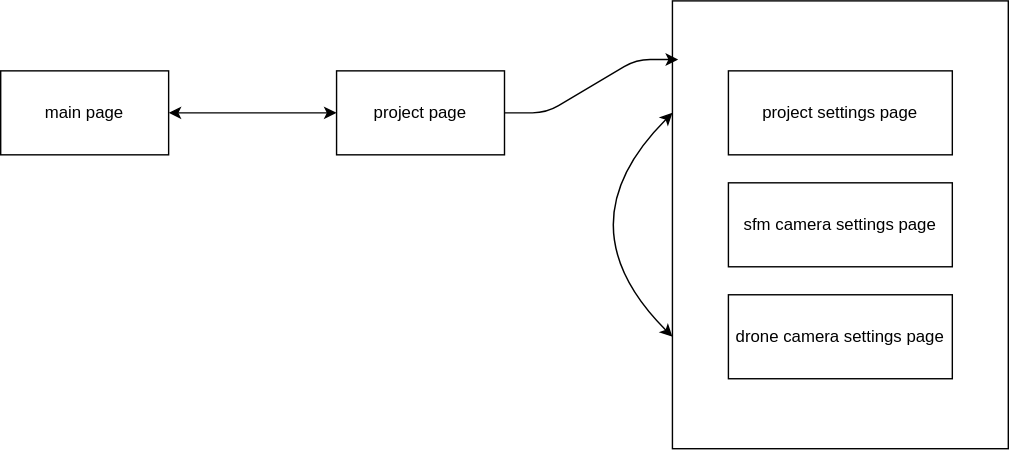
Earlier version of the draw.io export docs/ui_specification/page_transitions.drawio.svg (elapids-tech/gcs). Source tidied: cells renumbered, new cells last; positions are measured from the earlier drawing's top-left corner, leaving out a move shared by most shapes.
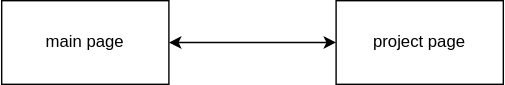
After the change.

What changed in the source:
```diff
@@ -2,9 +2,6 @@
   <root>
     <mxCell id="0" />
     <mxCell id="1" parent="0" />
-    <mxCell id="2" style="rounded=0;whiteSpace=wrap;html=1;" parent="1" vertex="1">
-      <mxGeometry x="480" width="240" height="320" as="geometry" />
-    </mxCell>
     <mxCell id="3" style="edgeStyle=none;html=1;startArrow=classic;startFill=1;" parent="1" edge="1" source="4" target="5">
       <mxGeometry relative="1" as="geometry" />
     </mxCell>
@@ -14,24 +11,5 @@
     <mxCell id="5" value="project page" style="rounded=0;whiteSpace=wrap;html=1;" parent="1" vertex="1">
       <mxGeometry x="240" y="50" width="120" height="60" as="geometry" />
     </mxCell>
-    <mxCell id="6" value="drone camera settings page" style="rounded=0;whiteSpace=wrap;html=1;" parent="1" vertex="1">
-      <mxGeometry x="520" y="210" width="160" height="60" as="geometry" />
-    </mxCell>
-    <mxCell id="7" value="project settings page" style="rounded=0;whiteSpace=wrap;html=1;" parent="1" vertex="1">
-      <mxGeometry x="520" y="50" width="160" height="60" as="geometry" />
-    </mxCell>
-    <mxCell id="8" value="sfm camera settings page" style="rounded=0;whiteSpace=wrap;html=1;" parent="1" vertex="1">
-      <mxGeometry x="520" y="130" width="160" height="60" as="geometry" />
-    </mxCell>
-    <mxCell id="9" style="edgeStyle=entityRelationEdgeStyle;html=1;entryX=0.017;entryY=0.131;entryDx=0;entryDy=0;entryPerimeter=0;exitX=1;exitY=0.5;exitDx=0;exitDy=0;" parent="1" edge="1" source="5" target="2">
-      <mxGeometry relative="1" as="geometry" />
-    </mxCell>
-    <mxCell id="10" style="endArrow=classic;startArrow=classic;html=1;entryX=0;entryY=0.25;entryDx=0;entryDy=0;exitX=0;exitY=0.75;exitDx=0;exitDy=0;edgeStyle=orthogonalEdgeStyle;curved=1;" parent="1" edge="1" source="2" target="2">
-      <mxGeometry relative="1" as="geometry">
-        <Array as="points">
-          <mxPoint x="400" y="160" />
-        </Array>
-      </mxGeometry>
-    </mxCell>
   </root>
 </mxGraphModel>
```
